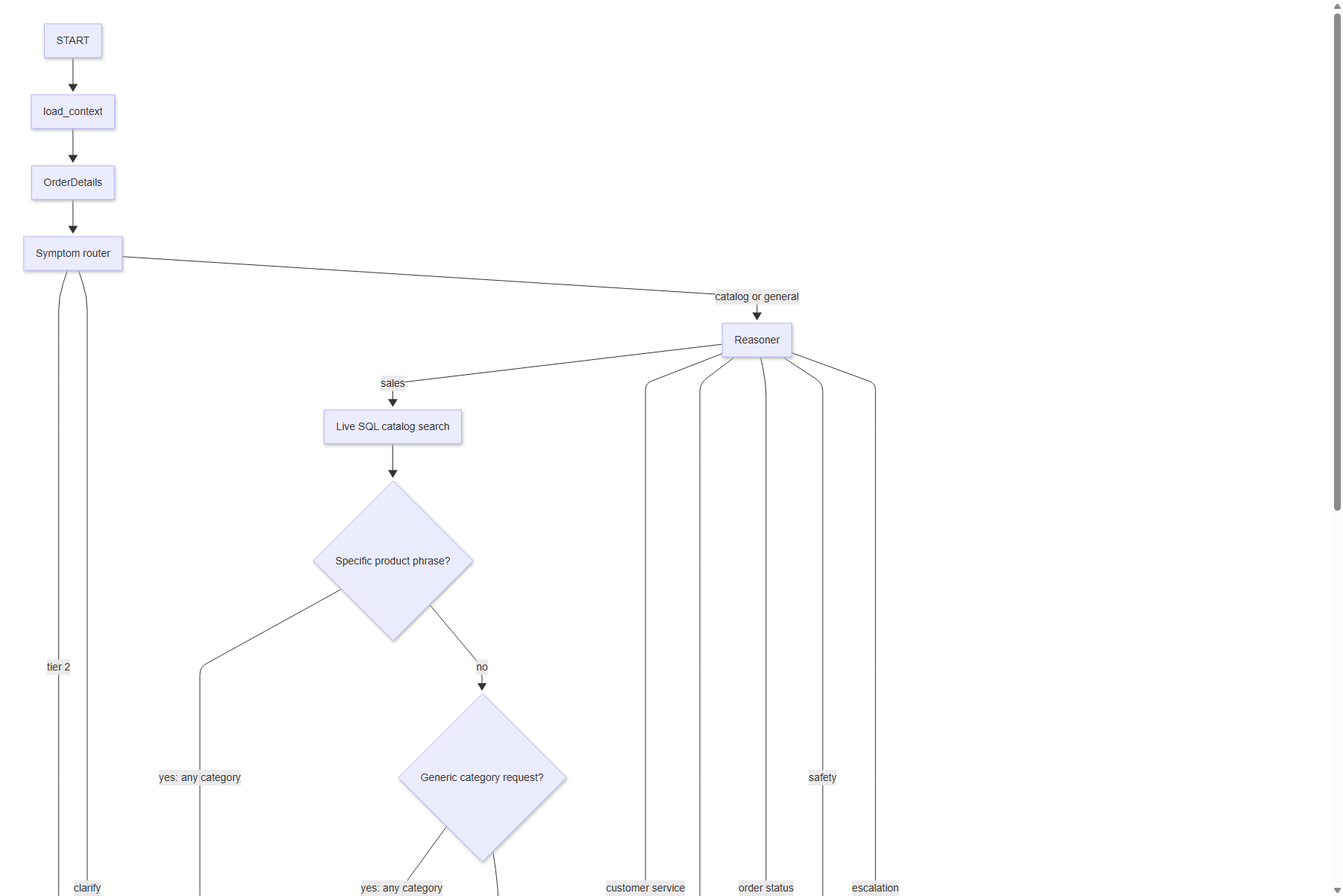
Before: docs/diagrams/langgraph.png, a diagram exported from Mermaid (RowanFayez/ShifaPharmacy_AISales_CustomerServiceAgent). Its source is kept beside it as docs/diagrams/langgraph.mmd.
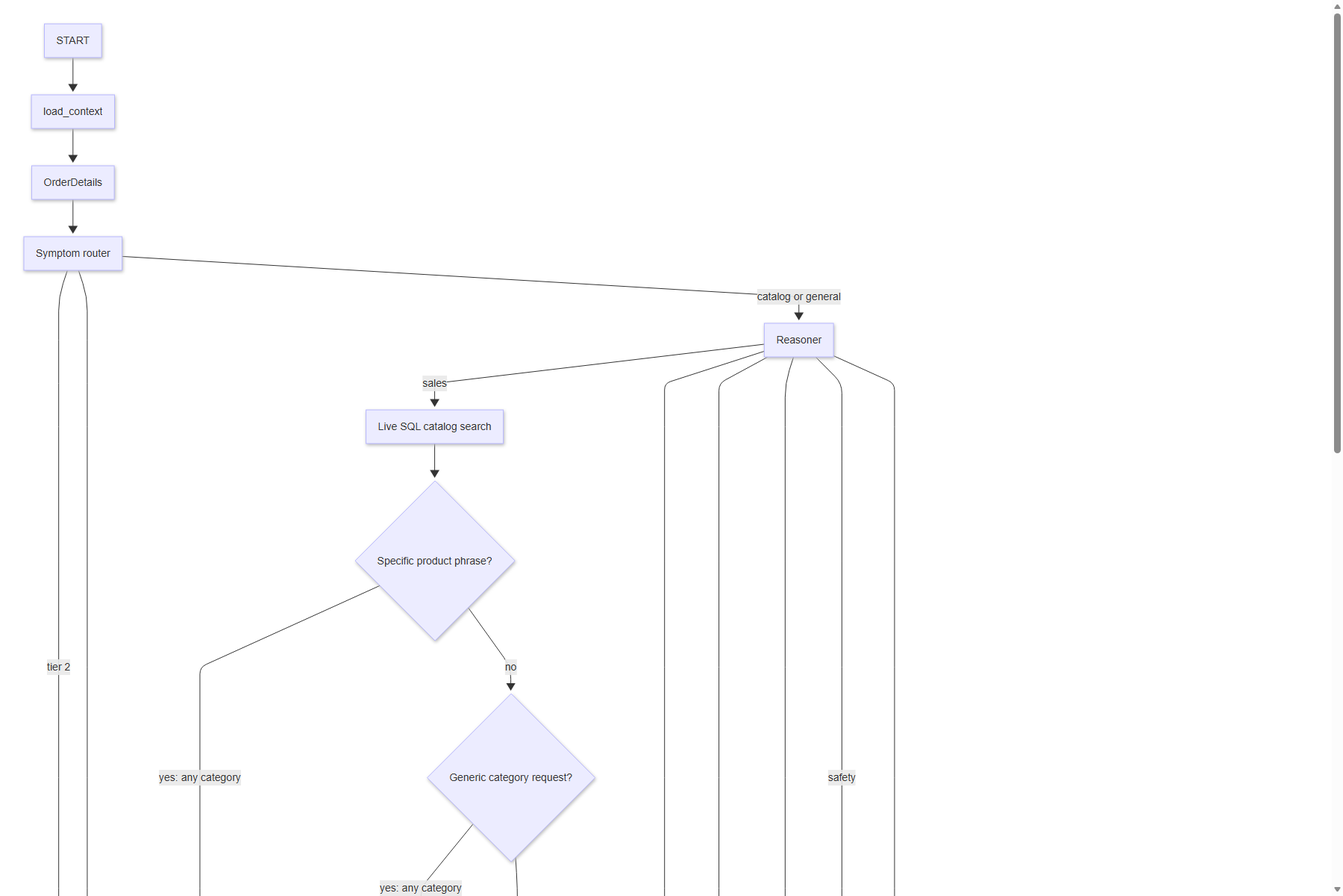
Later version of the same file.

Commit message:
Enhance checkout process with detailed

The edit, as a diff of the source:
```diff
@@ -12,7 +12,10 @@
   ProductResult --> RxGate
   CategoryResult --> RxGate
   RxGate -->|Rx| Safety
-  RxGate -->|OTC order| Confirm -->|confirmed| CreateOrder
+  RxGate -->|OTC order| Confirm --> Details[Extract free-form checkout details]
+  Details --> Review[Review summary: item + contact + delivery total]
+  Review -->|correction| Details
+  Review -->|explicit confirmation| CreateOrder
   RxGate -->|catalog answer| Synthesis
   Approx --> Synthesis
   Reasoner -->|customer service| RAG
```
